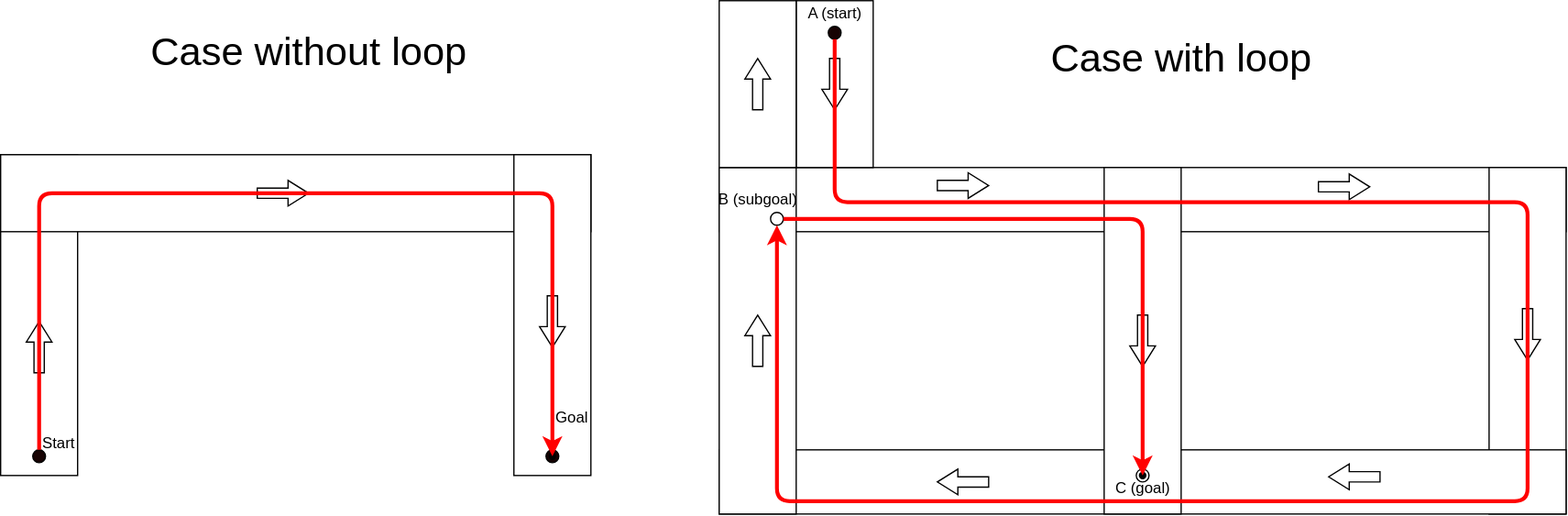
The draw.io diagram planning/auto_parking_planner/image/circular.drawio.svg in HiroIshida/autoware.universe, before a commit. Source tidied: cells renumbered, new cells last; positions are measured from the earlier drawing's top-left corner, leaving out a move shared by most shapes.
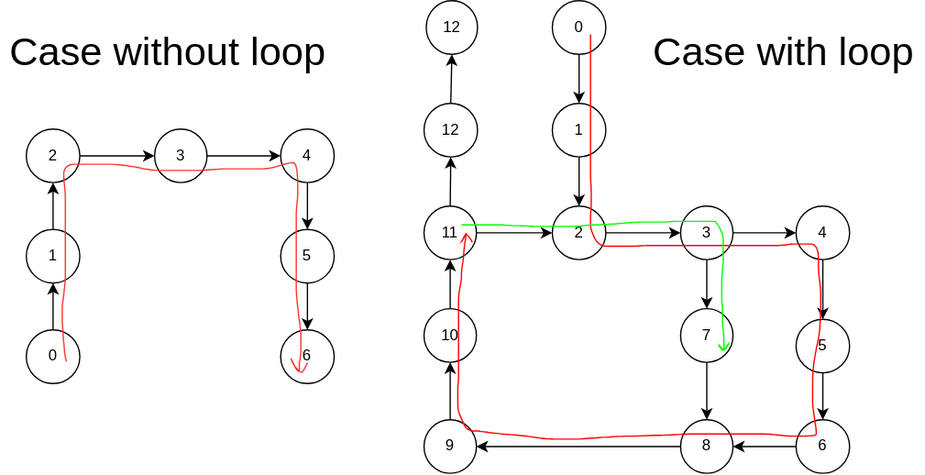
Later version of the same file.

Change to the diagram source:
```diff
@@ -2,145 +2,152 @@
   <root>
     <mxCell id="0" />
     <mxCell id="1" parent="0" />
-    <mxCell id="2" style="group;" parent="1" vertex="1">
-      <mxGeometry x="550" width="670" height="400" as="geometry" />
-    </mxCell>
-    <mxCell id="3" style="whiteSpace=wrap;html=1;" parent="2" vertex="1">
-      <mxGeometry x="10" y="130" width="660" height="50" as="geometry" />
-    </mxCell>
-    <mxCell id="4" style="whiteSpace=wrap;html=1;" parent="2" vertex="1">
-      <mxGeometry x="610" y="130" width="60" height="270" as="geometry" />
-    </mxCell>
-    <mxCell id="5" style="whiteSpace=wrap;html=1;" parent="2" vertex="1">
-      <mxGeometry x="10" y="350" width="660" height="50" as="geometry" />
-    </mxCell>
-    <mxCell id="6" value="&lt;span style=&quot;color: rgba(0 , 0 , 0 , 0) ; font-family: monospace ; font-size: 0px&quot;&gt;%3CmxGraphModel%3E%3Croot%3E%3CmxCell%20id%3D%220%22%2F%3E%3CmxCell%20id%3D%221%22%20parent%3D%220%22%2F%3E%3CmxCell%20id%3D%222%22%20value%3D%22%22%20style%3D%22whiteSpace%3Dwrap%3Bhtml%3D1%3B%22%20vertex%3D%221%22%20parent%3D%221%22%3E%3CmxGeometry%20x%3D%22180%22%20y%3D%2210%22%20width%3D%2260%22%20height%3D%22130%22%20as%3D%22geometry%22%2F%3E%3C%2FmxCell%3E%3C%2Froot%3E%3C%2FmxGraphModel%3E&lt;/span&gt;" style="whiteSpace=wrap;html=1;" parent="2" vertex="1">
-      <mxGeometry x="10" y="130" width="60" height="270" as="geometry" />
-    </mxCell>
-    <mxCell id="7" style="whiteSpace=wrap;html=1;" parent="2" vertex="1">
-      <mxGeometry x="310" y="130" width="60" height="270" as="geometry" />
-    </mxCell>
-    <mxCell id="8" style="whiteSpace=wrap;html=1;" parent="2" vertex="1">
-      <mxGeometry x="70" width="60" height="130" as="geometry" />
-    </mxCell>
-    <mxCell id="9" style="whiteSpace=wrap;html=1;" parent="2" vertex="1">
-      <mxGeometry x="10" width="60" height="130" as="geometry" />
-    </mxCell>
-    <mxCell id="10" style="shape=singleArrow;whiteSpace=wrap;html=1;arrowWidth=0.4;arrowSize=0.4;rotation=90;" parent="2" vertex="1">
-      <mxGeometry x="80" y="55" width="40" height="20" as="geometry" />
-    </mxCell>
-    <mxCell id="11" style="shape=singleArrow;whiteSpace=wrap;html=1;arrowWidth=0.4;arrowSize=0.4;rotation=0;" parent="2" vertex="1">
-      <mxGeometry x="180" y="134" width="40" height="20" as="geometry" />
-    </mxCell>
-    <mxCell id="12" style="shape=singleArrow;whiteSpace=wrap;html=1;arrowWidth=0.4;arrowSize=0.4;rotation=90;" parent="2" vertex="1">
-      <mxGeometry x="320" y="255" width="40" height="20" as="geometry" />
-    </mxCell>
-    <mxCell id="13" style="shape=singleArrow;whiteSpace=wrap;html=1;arrowWidth=0.4;arrowSize=0.4;rotation=0;" parent="2" vertex="1">
-      <mxGeometry x="477" y="135" width="40" height="20" as="geometry" />
-    </mxCell>
-    <mxCell id="14" style="shape=singleArrow;whiteSpace=wrap;html=1;arrowWidth=0.4;arrowSize=0.4;rotation=90;" parent="2" vertex="1">
-      <mxGeometry x="620" y="250" width="40" height="20" as="geometry" />
-    </mxCell>
-    <mxCell id="15" style="shape=singleArrow;whiteSpace=wrap;html=1;arrowWidth=0.4;arrowSize=0.4;rotation=-180;" parent="2" vertex="1">
-      <mxGeometry x="485" y="361" width="40" height="20" as="geometry" />
-    </mxCell>
-    <mxCell id="16" style="shape=singleArrow;whiteSpace=wrap;html=1;arrowWidth=0.4;arrowSize=0.4;rotation=-180;" parent="2" vertex="1">
-      <mxGeometry x="180" y="365" width="40" height="20" as="geometry" />
-    </mxCell>
-    <mxCell id="17" style="shape=singleArrow;whiteSpace=wrap;html=1;arrowWidth=0.4;arrowSize=0.4;rotation=-90;" parent="2" vertex="1">
-      <mxGeometry x="20" y="255" width="40" height="20" as="geometry" />
-    </mxCell>
-    <mxCell id="18" style="shape=singleArrow;whiteSpace=wrap;html=1;arrowWidth=0.4;arrowSize=0.4;rotation=-90;" parent="2" vertex="1">
-      <mxGeometry x="20" y="55" width="40" height="20" as="geometry" />
-    </mxCell>
-    <mxCell id="19" style="ellipse;whiteSpace=wrap;html=1;shadow=0;sketch=0;strokeColor=default;fillColor=#170303;" parent="2" vertex="1">
-      <mxGeometry x="95" y="20" width="10" height="10" as="geometry" />
-    </mxCell>
-    <mxCell id="20" style="ellipse;whiteSpace=wrap;html=1;shadow=0;sketch=0;strokeColor=default;fillColor=none;" parent="2" vertex="1">
-      <mxGeometry x="50" y="165" width="10" height="10" as="geometry" />
-    </mxCell>
-    <mxCell id="21" style="edgeStyle=none;html=1;entryX=0.5;entryY=1;entryDx=0;entryDy=0;strokeColor=#FF0000;strokeWidth=3;" parent="2" edge="1" source="19" target="20">
-      <mxGeometry relative="1" as="geometry">
-        <Array as="points">
-          <mxPoint x="100" y="157" />
-          <mxPoint x="500" y="157" />
-          <mxPoint x="640" y="157" />
-          <mxPoint x="640" y="390" />
-          <mxPoint x="55" y="390" />
-        </Array>
-      </mxGeometry>
-    </mxCell>
-    <mxCell id="22" style="ellipse;whiteSpace=wrap;html=1;shadow=0;sketch=0;strokeColor=default;fillColor=none;" parent="2" vertex="1">
-      <mxGeometry x="335" y="365" width="10" height="10" as="geometry" />
-    </mxCell>
-    <mxCell id="23" style="shape=waypoint;sketch=0;size=6;points=[];fillColor=none;perimeter=centerPerimeter;snapToPoint=1;shadow=0;" parent="2" vertex="1">
-      <mxGeometry x="320" y="350" width="40" height="40" as="geometry" />
-    </mxCell>
-    <mxCell id="24" style="edgeStyle=none;html=1;strokeColor=#FF0000;strokeWidth=3;" parent="2" edge="1" source="20" target="23">
-      <mxGeometry relative="1" as="geometry">
-        <Array as="points">
-          <mxPoint x="340" y="170" />
-        </Array>
-      </mxGeometry>
-    </mxCell>
-    <mxCell id="25" value="A (start)" style="text;html=1;align=center;verticalAlign=middle;fillColor=none;strokeColor=none;rounded=0;shadow=0;sketch=0;" parent="2" vertex="1">
-      <mxGeometry x="70" width="60" height="20" as="geometry" />
-    </mxCell>
-    <mxCell id="26" value="C (goal)" style="text;html=1;align=center;verticalAlign=middle;fillColor=none;strokeColor=none;rounded=0;shadow=0;sketch=0;" parent="2" vertex="1">
-      <mxGeometry x="310" y="370" width="60" height="20" as="geometry" />
-    </mxCell>
-    <mxCell id="27" value="B (subgoal)" style="text;html=1;align=center;verticalAlign=middle;fillColor=none;strokeColor=none;rounded=0;shadow=0;sketch=0;" parent="2" vertex="1">
-      <mxGeometry y="145" width="80" height="20" as="geometry" />
-    </mxCell>
+    <mxCell id="42" value="&lt;font style=&quot;font-size: 31px&quot;&gt;Case without loop&lt;/font&gt;" style="text;html=1;align=center;verticalAlign=middle;fillColor=none;strokeColor=none;rounded=0;shadow=0;sketch=0;" parent="1" vertex="1">
+      <mxGeometry x="110" y="25" width="260" height="30" as="geometry" />
+    </mxCell>
+    <mxCell id="43" style="group;" parent="1" vertex="1">
+      <mxGeometry x="130" y="100" width="240" height="198.3" as="geometry" />
+    </mxCell>
+    <mxCell id="44" value="0" style="ellipse;whiteSpace=wrap;html=1;" parent="43" vertex="1">
+      <mxGeometry y="156.5" width="41.7" height="41.7" as="geometry" />
+    </mxCell>
+    <mxCell id="45" value="1" style="ellipse;whiteSpace=wrap;html=1;" parent="43" vertex="1">
+      <mxGeometry y="78.3" width="41.7" height="41.7" as="geometry" />
+    </mxCell>
+    <mxCell id="46" style="edgeStyle=none;html=1;" parent="43" edge="1" source="44" target="45">
+      <mxGeometry relative="1" as="geometry" />
+    </mxCell>
+    <mxCell id="47" value="2" style="ellipse;whiteSpace=wrap;html=1;" parent="43" vertex="1">
+      <mxGeometry width="41.7" height="41.7" as="geometry" />
+    </mxCell>
+    <mxCell id="48" style="edgeStyle=none;html=1;" parent="43" edge="1" source="45" target="47">
+      <mxGeometry relative="1" as="geometry" />
+    </mxCell>
+    <mxCell id="49" value="3" style="ellipse;whiteSpace=wrap;html=1;" parent="43" vertex="1">
+      <mxGeometry x="100" width="40.9" height="41.7" as="geometry" />
+    </mxCell>
+    <mxCell id="50" style="edgeStyle=none;html=1;" parent="43" edge="1" source="47" target="49">
+      <mxGeometry relative="1" as="geometry" />
+    </mxCell>
+    <mxCell id="51" value="4" style="ellipse;whiteSpace=wrap;html=1;" parent="43" vertex="1">
+      <mxGeometry x="198.3" width="41.7" height="41.7" as="geometry" />
+    </mxCell>
+    <mxCell id="52" style="edgeStyle=none;html=1;" parent="43" edge="1" source="49" target="51">
+      <mxGeometry relative="1" as="geometry" />
+    </mxCell>
+    <mxCell id="53" value="5" style="ellipse;whiteSpace=wrap;html=1;" parent="43" vertex="1">
+      <mxGeometry x="198.3" y="78.3" width="41.7" height="41.7" as="geometry" />
+    </mxCell>
+    <mxCell id="54" style="edgeStyle=none;html=1;" parent="43" edge="1" source="51" target="53">
+      <mxGeometry relative="1" as="geometry" />
+    </mxCell>
+    <mxCell id="55" value="6" style="ellipse;whiteSpace=wrap;html=1;" parent="43" vertex="1">
+      <mxGeometry x="198.3" y="156.5" width="41.7" height="41.7" as="geometry" />
+    </mxCell>
+    <mxCell id="56" style="edgeStyle=none;html=1;" parent="43" edge="1" source="53" target="55">
+      <mxGeometry relative="1" as="geometry" />
+    </mxCell>
-    <mxCell id="28" value="&lt;font style=&quot;font-size: 31px&quot;&gt;Case with loop&lt;/font&gt;" style="text;html=1;align=center;verticalAlign=middle;fillColor=none;strokeColor=none;rounded=0;shadow=0;sketch=0;" parent="2" vertex="1">
-      <mxGeometry x="260" y="30" width="220" height="30" as="geometry" />
+    <mxCell id="28" value="&lt;font style=&quot;font-size: 31px&quot;&gt;Case with loop&lt;/font&gt;" style="text;html=1;align=center;verticalAlign=middle;fillColor=none;strokeColor=none;rounded=0;shadow=0;sketch=0;" parent="1" vertex="1">
+      <mxGeometry x="610" y="25" width="220" height="30" as="geometry" />
     </mxCell>
-    <mxCell id="29" style="group;" parent="1" vertex="1">
-      <mxGeometry y="120" width="465" height="255" as="geometry" />
-    </mxCell>
-    <mxCell id="30" style="whiteSpace=wrap;html=1;" parent="29" vertex="1">
-      <mxGeometry width="60" height="250" as="geometry" />
-    </mxCell>
-    <mxCell id="31" value="&lt;span style=&quot;color: rgba(0 , 0 , 0 , 0) ; font-family: monospace ; font-size: 0px&quot;&gt;%3CmxGraphModel%3E%3Croot%3E%3CmxCell%20id%3D%220%22%2F%3E%3CmxCell%20id%3D%221%22%20parent%3D%220%22%2F%3E%3CmxCell%20id%3D%222%22%20value%3D%22%22%20style%3D%22whiteSpace%3Dwrap%3Bhtml%3D1%3B%22%20vertex%3D%221%22%20parent%3D%221%22%3E%3CmxGeometry%20x%3D%22180%22%20y%3D%2210%22%20width%3D%2260%22%20height%3D%22130%22%20as%3D%22geometry%22%2F%3E%3C%2FmxCell%3E%3C%2Froot%3E%3C%2FmxGraphModel%3E&lt;/span&gt;" style="whiteSpace=wrap;html=1;" parent="29" vertex="1">
-      <mxGeometry width="460" height="60" as="geometry" />
-    </mxCell>
-    <mxCell id="32" style="whiteSpace=wrap;html=1;" parent="29" vertex="1">
-      <mxGeometry x="400" width="60" height="250" as="geometry" />
-    </mxCell>
-    <mxCell id="33" style="shape=singleArrow;whiteSpace=wrap;html=1;arrowWidth=0.4;arrowSize=0.4;rotation=-90;" parent="29" vertex="1">
-      <mxGeometry x="10" y="140" width="40" height="20" as="geometry" />
-    </mxCell>
-    <mxCell id="34" style="shape=singleArrow;whiteSpace=wrap;html=1;arrowWidth=0.4;arrowSize=0.4;rotation=0;" parent="29" vertex="1">
-      <mxGeometry x="200" y="20" width="40" height="20" as="geometry" />
-    </mxCell>
-    <mxCell id="35" style="shape=singleArrow;whiteSpace=wrap;html=1;arrowWidth=0.4;arrowSize=0.4;rotation=90;" parent="29" vertex="1">
-      <mxGeometry x="410" y="120" width="40" height="20" as="geometry" />
-    </mxCell>
-    <mxCell id="36" style="ellipse;whiteSpace=wrap;html=1;shadow=0;sketch=0;strokeColor=default;fillColor=#170303;" parent="29" vertex="1">
-      <mxGeometry x="25" y="230" width="10" height="10" as="geometry" />
-    </mxCell>
-    <mxCell id="37" style="ellipse;whiteSpace=wrap;html=1;shadow=0;sketch=0;strokeColor=default;fillColor=#170303;" parent="29" vertex="1">
-      <mxGeometry x="425" y="230" width="10" height="10" as="geometry" />
-    </mxCell>
-    <mxCell id="38" style="shape=waypoint;sketch=0;size=6;points=[];fillColor=#170303;perimeter=centerPerimeter;snapToPoint=1;shadow=0;" parent="29" vertex="1">
-      <mxGeometry x="410" y="215" width="40" height="40" as="geometry" />
-    </mxCell>
-    <mxCell id="39" style="edgeStyle=none;html=1;strokeColor=#FF0000;strokeWidth=3;" parent="29" edge="1" source="36" target="38">
-      <mxGeometry relative="1" as="geometry">
-        <Array as="points">
-          <mxPoint x="30" y="30" />
-          <mxPoint x="430" y="30" />
-        </Array>
-      </mxGeometry>
-    </mxCell>
-    <mxCell id="40" value="Start" style="text;html=1;align=center;verticalAlign=middle;fillColor=none;strokeColor=none;rounded=0;shadow=0;sketch=0;" parent="29" vertex="1">
-      <mxGeometry x="25" y="215" width="40" height="20" as="geometry" />
-    </mxCell>
-    <mxCell id="41" value="Goal" style="text;html=1;align=center;verticalAlign=middle;fillColor=none;strokeColor=none;rounded=0;shadow=0;sketch=0;" parent="29" vertex="1">
-      <mxGeometry x="425" y="195" width="40" height="20" as="geometry" />
-    </mxCell>
-    <mxCell id="42" value="&lt;font style=&quot;font-size: 31px&quot;&gt;Case without loop&lt;/font&gt;" style="text;html=1;align=center;verticalAlign=middle;fillColor=none;strokeColor=none;rounded=0;shadow=0;sketch=0;" parent="1" vertex="1">
-      <mxGeometry x="110" y="25" width="260" height="30" as="geometry" />
-    </mxCell>
+    <mxCell id="57" style="group;" parent="1" vertex="1">
+      <mxGeometry x="531.7" y="170" width="240" height="198.3" as="geometry" />
+    </mxCell>
+    <mxCell id="58" value="5" style="ellipse;whiteSpace=wrap;html=1;" parent="57" vertex="1">
+      <mxGeometry x="198.3" y="78.3" width="41.7" height="41.7" as="geometry" />
+    </mxCell>
+    <mxCell id="59" style="edgeStyle=none;html=1;" parent="57" edge="1" source="60" target="62">
+      <mxGeometry relative="1" as="geometry" />
+    </mxCell>
+    <mxCell id="60" value="6" style="ellipse;whiteSpace=wrap;html=1;" parent="57" vertex="1">
+      <mxGeometry x="198.3" y="156.5" width="41.7" height="41.7" as="geometry" />
+    </mxCell>
+    <mxCell id="61" style="edgeStyle=none;html=1;" parent="57" edge="1" source="58" target="60">
+      <mxGeometry relative="1" as="geometry" />
+    </mxCell>
+    <mxCell id="62" value="8" style="ellipse;whiteSpace=wrap;html=1;" parent="57" vertex="1">
+      <mxGeometry x="108.3" y="156.5" width="40.9" height="41.7" as="geometry" />
+    </mxCell>
+    <mxCell id="63" style="edgeStyle=none;html=1;" parent="57" edge="1" source="64" target="62">
+      <mxGeometry relative="1" as="geometry" />
+    </mxCell>
+    <mxCell id="64" value="7" style="ellipse;whiteSpace=wrap;html=1;" parent="57" vertex="1">
+      <mxGeometry x="108.3" y="70" width="40.9" height="41.7" as="geometry" />
+    </mxCell>
+    <mxCell id="65" value="0" style="ellipse;whiteSpace=wrap;html=1;" parent="1" vertex="1">
+      <mxGeometry x="540" width="41.7" height="41.7" as="geometry" />
+    </mxCell>
+    <mxCell id="66" style="edgeStyle=none;html=1;" parent="1" edge="1" source="65" target="67">
+      <mxGeometry relative="1" as="geometry" />
+    </mxCell>
+    <mxCell id="67" value="1" style="ellipse;whiteSpace=wrap;html=1;" parent="1" vertex="1">
+      <mxGeometry x="540" y="80" width="41.7" height="41.7" as="geometry" />
+    </mxCell>
+    <mxCell id="68" style="edgeStyle=none;html=1;" parent="1" edge="1" source="67" target="69">
+      <mxGeometry relative="1" as="geometry" />
+    </mxCell>
+    <mxCell id="69" value="2" style="ellipse;whiteSpace=wrap;html=1;" parent="1" vertex="1">
+      <mxGeometry x="540" y="160" width="41.7" height="41.7" as="geometry" />
+    </mxCell>
+    <mxCell id="70" style="edgeStyle=none;html=1;" parent="1" edge="1" source="69" target="72">
+      <mxGeometry relative="1" as="geometry" />
+    </mxCell>
+    <mxCell id="71" style="edgeStyle=none;html=1;" parent="1" edge="1" source="72" target="64">
+      <mxGeometry relative="1" as="geometry" />
+    </mxCell>
+    <mxCell id="72" value="3" style="ellipse;whiteSpace=wrap;html=1;" parent="1" vertex="1">
+      <mxGeometry x="640" y="160" width="40.9" height="41.7" as="geometry" />
+    </mxCell>
+    <mxCell id="73" style="edgeStyle=none;html=1;" parent="1" edge="1" source="72" target="74">
+      <mxGeometry relative="1" as="geometry" />
+    </mxCell>
+    <mxCell id="74" value="4" style="ellipse;whiteSpace=wrap;html=1;" parent="1" vertex="1">
+      <mxGeometry x="730" y="160" width="41.7" height="41.7" as="geometry" />
+    </mxCell>
+    <mxCell id="75" style="edgeStyle=none;html=1;" parent="1" edge="1" source="74" target="58">
+      <mxGeometry relative="1" as="geometry" />
+    </mxCell>
+    <mxCell id="76" value="9" style="ellipse;whiteSpace=wrap;html=1;" parent="1" vertex="1">
+      <mxGeometry x="440" y="326.5" width="40.9" height="41.7" as="geometry" />
+    </mxCell>
+    <mxCell id="77" style="edgeStyle=none;html=1;" parent="1" edge="1" source="76" target="80">
+      <mxGeometry relative="1" as="geometry" />
+    </mxCell>
+    <mxCell id="78" style="edgeStyle=none;html=1;" parent="1" edge="1" source="62" target="76">
+      <mxGeometry relative="1" as="geometry" />
+    </mxCell>
+    <mxCell id="79" style="edgeStyle=none;html=1;" parent="1" edge="1" source="80" target="83">
+      <mxGeometry relative="1" as="geometry" />
+    </mxCell>
+    <mxCell id="80" value="10" style="ellipse;whiteSpace=wrap;html=1;" parent="1" vertex="1">
+      <mxGeometry x="440" y="240" width="40.9" height="41.7" as="geometry" />
+    </mxCell>
+    <mxCell id="81" style="edgeStyle=none;html=1;" parent="1" edge="1" source="83" target="69">
+      <mxGeometry relative="1" as="geometry" />
+    </mxCell>
+    <mxCell id="82" style="edgeStyle=none;html=1;" parent="1" edge="1" source="83" target="85">
+      <mxGeometry relative="1" as="geometry" />
+    </mxCell>
+    <mxCell id="83" value="11" style="ellipse;whiteSpace=wrap;html=1;" parent="1" vertex="1">
+      <mxGeometry x="440" y="160" width="40.9" height="41.7" as="geometry" />
+    </mxCell>
+    <mxCell id="84" style="edgeStyle=none;html=1;" parent="1" edge="1" source="85" target="86">
+      <mxGeometry relative="1" as="geometry" />
+    </mxCell>
+    <mxCell id="85" value="12" style="ellipse;whiteSpace=wrap;html=1;" parent="1" vertex="1">
+      <mxGeometry x="440" y="80" width="41.7" height="41.7" as="geometry" />
+    </mxCell>
+    <mxCell id="86" value="12" style="ellipse;whiteSpace=wrap;html=1;" parent="1" vertex="1">
+      <mxGeometry x="441.7" width="40" height="41.7" as="geometry" />
+    </mxCell>
+    <mxCell id="87" style="shape=(stored shape, 5680 characters);fillColor=none;strokeColor=#FF0000;" parent="1" vertex="1">
+      <mxGeometry x="466.3" y="26.2" width="282.9" height="315.4" as="geometry" />
+    </mxCell>
+    <mxCell id="88" style="shape=(stored shape, 2992 characters);fillColor=none;strokeColor=#00FF00;" parent="1" vertex="1">
+      <mxGeometry x="469.2" y="171.9" width="208.4" height="100.6" as="geometry" />
+    </mxCell>
+    <mxCell id="89" style="shape=(stored shape, 2764 characters);fillColor=none;strokeColor=#FF3333;" parent="1" vertex="1">
+      <mxGeometry x="158" y="126.2" width="191.4" height="163.4" as="geometry" />
+    </mxCell>
   </root>
 </mxGraphModel>
```
